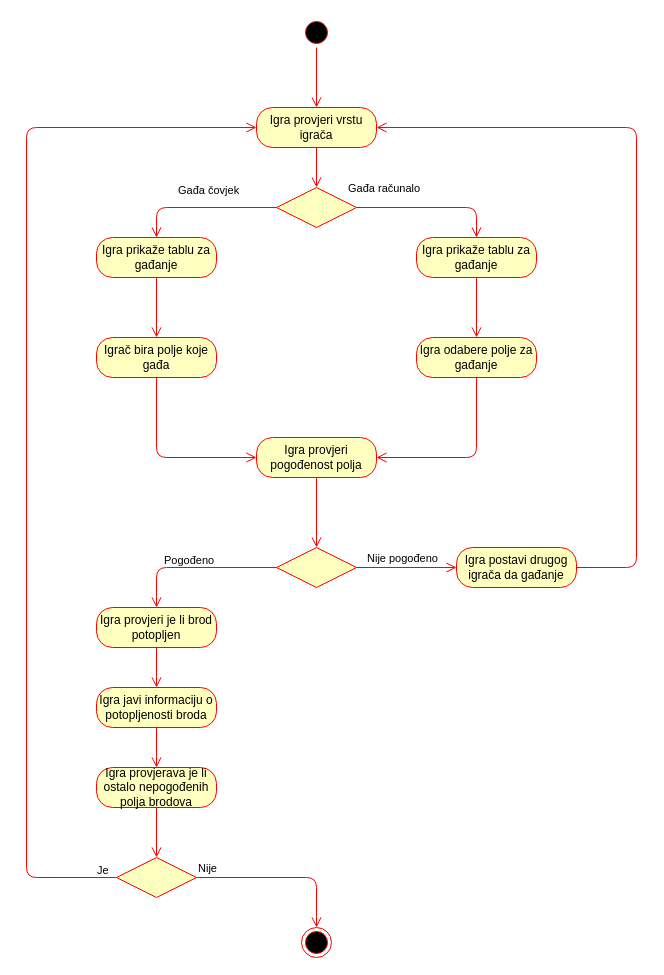
Above: page "Activity: Gađanje brodova" (5 of 10) of Dijagram.drawio in LukaFarkas99/Battleship (draw.io), before the change. Source tidied: cells renumbered, new cells numbered last; positions are measured from the earlier drawing's top-left corner, leaving out a move shared by most shapes. Both pictures are drawn from the tidied source at 100%, with x=0, y=0 at pixel (26, 17).
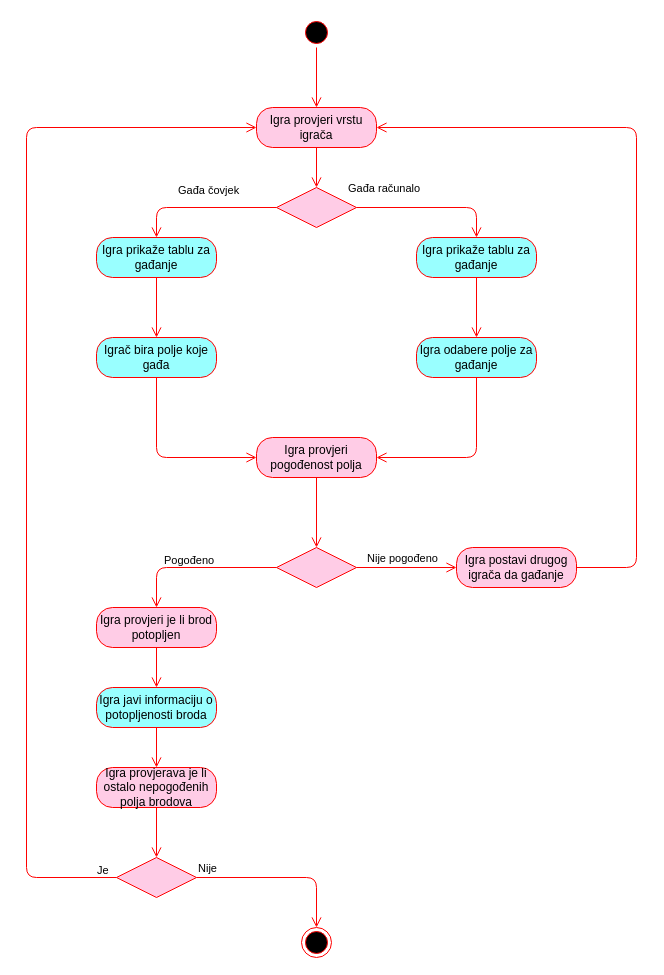
The same page after the edit.

The edit, as a diff of the source:
```diff
@@
-    <mxCell id="4" value="Igra provjeri vrstu igrača" style="rounded=1;whiteSpace=wrap;html=1;arcSize=40;fontColor=#000000;fillColor=#ffffc0;strokeColor=#ff0000;" parent="1" vertex="1">
+    <mxCell id="4" value="Igra provjeri vrstu igrača" style="rounded=1;whiteSpace=wrap;html=1;arcSize=40;fontColor=#000000;strokeColor=#ff0000;fillColor=#FFCCE6;" parent="1" vertex="1">
       <mxGeometry x="230" y="90" width="120" height="40" as="geometry" />
     </mxCell>
@@
-    <mxCell id="6" style="rhombus;whiteSpace=wrap;html=1;fillColor=#ffffc0;strokeColor=#ff0000;" parent="1" vertex="1">
+    <mxCell id="6" style="rhombus;whiteSpace=wrap;html=1;strokeColor=#ff0000;fillColor=#FFCCE6;" parent="1" vertex="1">
       <mxGeometry x="250" y="170" width="80" height="40" as="geometry" />
     </mxCell>
@@
-    <mxCell id="9" value="Igra prikaže tablu za gađanje" style="rounded=1;whiteSpace=wrap;html=1;arcSize=40;fontColor=#000000;fillColor=#ffffc0;strokeColor=#ff0000;" parent="1" vertex="1">
+    <mxCell id="9" value="Igra prikaže tablu za gađanje" style="rounded=1;whiteSpace=wrap;html=1;arcSize=40;fontColor=#000000;strokeColor=#ff0000;fillColor=#99FFFF;" parent="1" vertex="1">
       <mxGeometry x="70" y="220" width="120" height="40" as="geometry" />
     </mxCell>
@@
-    <mxCell id="11" value="Igrač bira polje koje gađa" style="rounded=1;whiteSpace=wrap;html=1;arcSize=40;fontColor=#000000;fillColor=#ffffc0;strokeColor=#ff0000;" parent="1" vertex="1">
+    <mxCell id="11" value="Igrač bira polje koje gađa" style="rounded=1;whiteSpace=wrap;html=1;arcSize=40;fontColor=#000000;strokeColor=#ff0000;fillColor=#99FFFF;" parent="1" vertex="1">
       <mxGeometry x="70" y="320" width="120" height="40" as="geometry" />
     </mxCell>
@@
-    <mxCell id="13" value="Igra provjeri pogođenost polja" style="rounded=1;whiteSpace=wrap;html=1;arcSize=40;fontColor=#000000;fillColor=#ffffc0;strokeColor=#ff0000;" parent="1" vertex="1">
+    <mxCell id="13" value="Igra provjeri pogođenost polja" style="rounded=1;whiteSpace=wrap;html=1;arcSize=40;fontColor=#000000;strokeColor=#ff0000;fillColor=#FFCCE6;" parent="1" vertex="1">
       <mxGeometry x="230" y="420" width="120" height="40" as="geometry" />
     </mxCell>
@@
-    <mxCell id="15" style="rhombus;whiteSpace=wrap;html=1;fillColor=#ffffc0;strokeColor=#ff0000;" parent="1" vertex="1">
+    <mxCell id="15" style="rhombus;whiteSpace=wrap;html=1;strokeColor=#ff0000;fillColor=#FFCCE6;" parent="1" vertex="1">
       <mxGeometry x="250" y="530" width="80" height="40" as="geometry" />
     </mxCell>
@@
-    <mxCell id="18" value="Igra prikaže tablu za gađanje" style="rounded=1;whiteSpace=wrap;html=1;arcSize=40;fontColor=#000000;fillColor=#ffffc0;strokeColor=#ff0000;" parent="1" vertex="1">
+    <mxCell id="18" value="Igra prikaže tablu za gađanje" style="rounded=1;whiteSpace=wrap;html=1;arcSize=40;fontColor=#000000;strokeColor=#ff0000;fillColor=#99FFFF;" parent="1" vertex="1">
       <mxGeometry x="390" y="220" width="120" height="40" as="geometry" />
     </mxCell>
@@
-    <mxCell id="20" value="Igra odabere polje za gađanje" style="rounded=1;whiteSpace=wrap;html=1;arcSize=40;fontColor=#000000;fillColor=#ffffc0;strokeColor=#ff0000;" parent="1" vertex="1">
+    <mxCell id="20" value="Igra odabere polje za gađanje" style="rounded=1;whiteSpace=wrap;html=1;arcSize=40;fontColor=#000000;strokeColor=#ff0000;fillColor=#99FFFF;" parent="1" vertex="1">
       <mxGeometry x="390" y="320" width="120" height="40" as="geometry" />
     </mxCell>
@@
-    <mxCell id="22" value="Igra postavi drugog igrača da gađanje" style="rounded=1;whiteSpace=wrap;html=1;arcSize=40;fontColor=#000000;fillColor=#ffffc0;strokeColor=#ff0000;" parent="1" vertex="1">
+    <mxCell id="22" value="Igra postavi drugog igrača da gađanje" style="rounded=1;whiteSpace=wrap;html=1;arcSize=40;fontColor=#000000;strokeColor=#ff0000;fillColor=#FFCCE6;" parent="1" vertex="1">
       <mxGeometry x="430" y="530" width="120" height="40" as="geometry" />
     </mxCell>
@@
-    <mxCell id="24" value="Igra provjeri je li brod potopljen" style="rounded=1;whiteSpace=wrap;html=1;arcSize=40;fontColor=#000000;fillColor=#ffffc0;strokeColor=#ff0000;" parent="1" vertex="1">
+    <mxCell id="24" value="Igra provjeri je li brod potopljen" style="rounded=1;whiteSpace=wrap;html=1;arcSize=40;fontColor=#000000;strokeColor=#ff0000;fillColor=#FFCCE6;" parent="1" vertex="1">
       <mxGeometry x="70" y="590" width="120" height="40" as="geometry" />
     </mxCell>
@@
-    <mxCell id="26" value="Igra javi informaciju o potopljenosti broda" style="rounded=1;whiteSpace=wrap;html=1;arcSize=40;fontColor=#000000;fillColor=#ffffc0;strokeColor=#ff0000;" parent="1" vertex="1">
+    <mxCell id="26" value="Igra javi informaciju o potopljenosti broda" style="rounded=1;whiteSpace=wrap;html=1;arcSize=40;fontColor=#000000;strokeColor=#ff0000;fillColor=#99FFFF;" parent="1" vertex="1">
       <mxGeometry x="70" y="670" width="120" height="40" as="geometry" />
     </mxCell>
@@
-    <mxCell id="28" value="Igra provjerava je li ostalo nepogođenih polja brodova" style="rounded=1;whiteSpace=wrap;html=1;arcSize=40;fontColor=#000000;fillColor=#ffffc0;strokeColor=#ff0000;" parent="1" vertex="1">
+    <mxCell id="28" value="Igra provjerava je li ostalo nepogođenih polja brodova" style="rounded=1;whiteSpace=wrap;html=1;arcSize=40;fontColor=#000000;strokeColor=#ff0000;fillColor=#FFCCE6;" parent="1" vertex="1">
       <mxGeometry x="70" y="750" width="120" height="40" as="geometry" />
     </mxCell>
@@
-    <mxCell id="31" style="rhombus;whiteSpace=wrap;html=1;fillColor=#ffffc0;strokeColor=#ff0000;" parent="1" vertex="1">
+    <mxCell id="31" style="rhombus;whiteSpace=wrap;html=1;strokeColor=#ff0000;fillColor=#FFCCE6;" parent="1" vertex="1">
       <mxGeometry x="90" y="840" width="80" height="40" as="geometry" />
     </mxCell>
```
